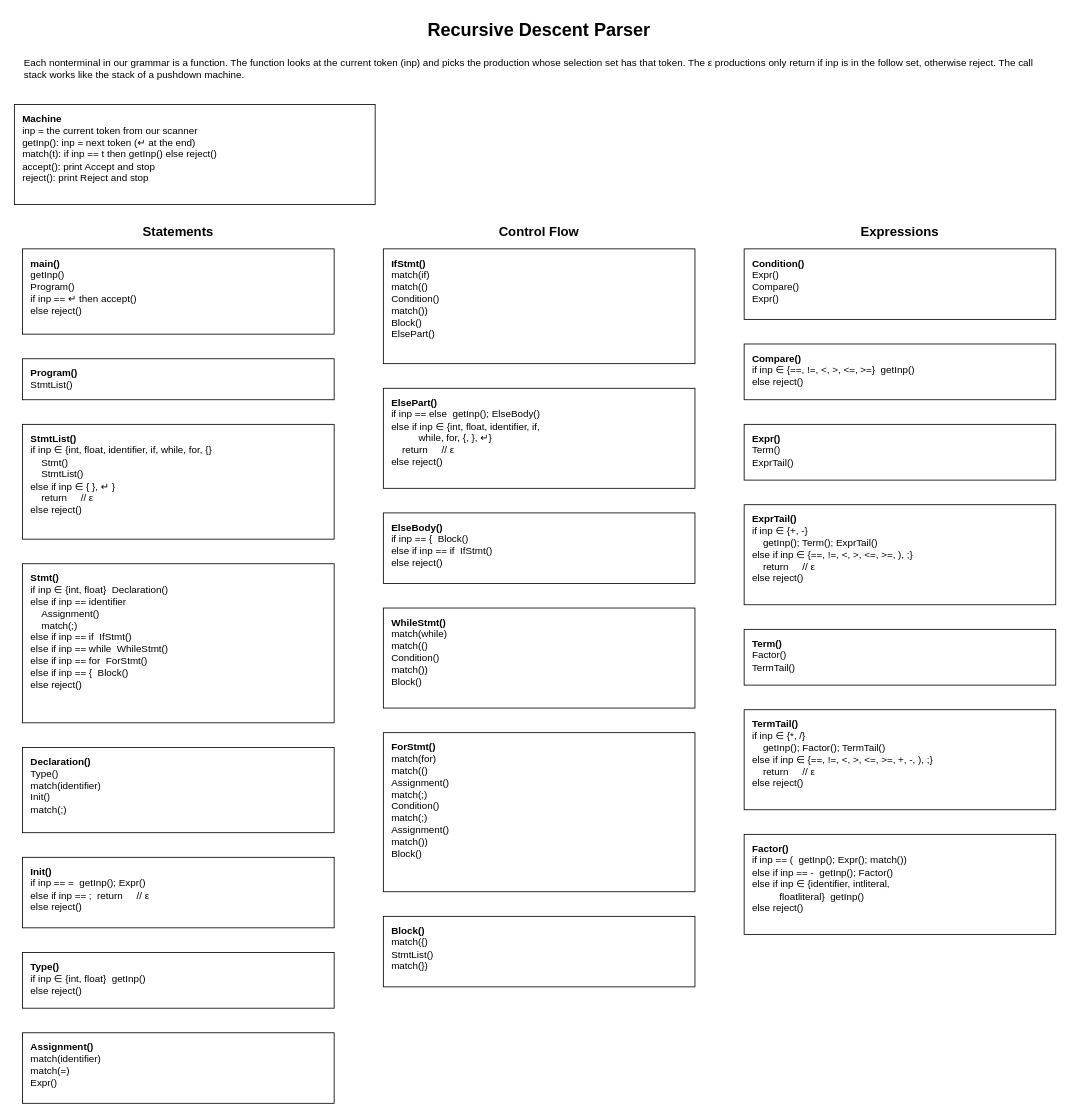
tjg00022/CS410 keeps this draw.io diagram as Parser Phase 2.drawio. Above is the earlier version. Source tidied: cells renumbered, new cells numbered last; positions are measured from the earlier drawing's top-left corner, leaving out a move shared by most shapes. Both pictures are drawn from the tidied source at 82%, with x=0, y=0 at pixel (14, 14).
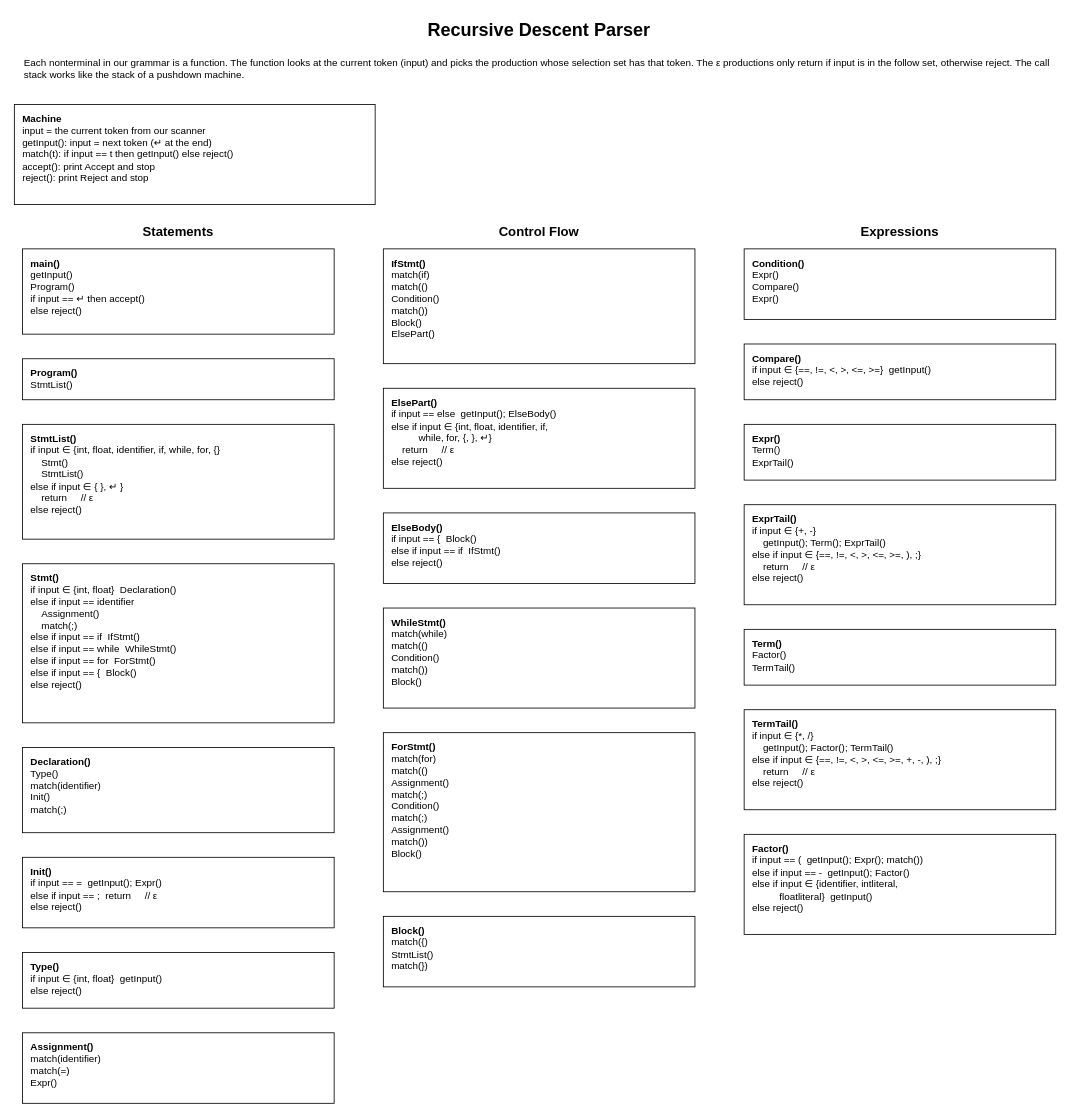
Above is the later version.

Change to the diagram source:
```diff
@@
-    <mxCell id="3" value="Each nonterminal in our grammar is a function. The function looks at the current token (inp) and picks the production whose selection set has that token. The ε productions only return if inp is in the follow set, otherwise reject. The call stack works like the stack of a pushdown machine." style="text;html=1;whiteSpace=wrap;strokeColor=none;fillColor=none;align=left;verticalAlign=middle;rounded=0;" parent="1" vertex="1">
+    <mxCell id="3" value="Each nonterminal in our grammar is a function. The function looks at the current token (input) and picks the production whose selection set has that token. The ε productions only return if input is in the follow set, otherwise reject. The call stack works like the stack of a pushdown machine." style="text;html=1;whiteSpace=wrap;strokeColor=none;fillColor=none;align=left;verticalAlign=middle;rounded=0;" parent="1" vertex="1">
       <mxGeometry x="10" y="44" width="1260" height="44" as="geometry" />
     </mxCell>
-    <mxCell id="4" value="&lt;div&gt;&lt;b&gt;Machine&lt;/b&gt;&lt;/div&gt;&lt;div&gt;inp = the current token from our scanner&lt;/div&gt;&lt;div&gt;getInp(): inp = next token (↵ at the end)&lt;/div&gt;&lt;div&gt;match(t): if inp == t then getInp() else reject()&lt;/div&gt;&lt;div&gt;accept(): print Accept and stop&lt;/div&gt;&lt;div&gt;reject(): print Reject and stop&lt;/div&gt;" style="rounded=0;whiteSpace=wrap;html=1;align=left;verticalAlign=top;spacingLeft=8;spacingTop=4;" parent="1" vertex="1">
+    <mxCell id="4" value="&lt;div&gt;&lt;b&gt;Machine&lt;/b&gt;&lt;/div&gt;&lt;div&gt;input = the current token from our scanner&lt;/div&gt;&lt;div&gt;getInput(): input = next token (↵ at the end)&lt;/div&gt;&lt;div&gt;match(t): if input == t then getInput() else reject()&lt;/div&gt;&lt;div&gt;accept(): print Accept and stop&lt;/div&gt;&lt;div&gt;reject(): print Reject and stop&lt;/div&gt;" style="rounded=0;whiteSpace=wrap;html=1;align=left;verticalAlign=top;spacingLeft=8;spacingTop=4;" parent="1" vertex="1">
       <mxGeometry y="110" width="440" height="122" as="geometry" />
     </mxCell>
@@
-    <mxCell id="6" value="&lt;div&gt;&lt;b&gt;main()&lt;/b&gt;&lt;/div&gt;&lt;div&gt;getInp()&lt;/div&gt;&lt;div&gt;Program()&lt;/div&gt;&lt;div&gt;if inp == ↵ then accept()&lt;/div&gt;&lt;div&gt;else reject()&lt;/div&gt;" style="rounded=0;whiteSpace=wrap;html=1;align=left;verticalAlign=top;spacingLeft=8;spacingTop=4;" parent="1" vertex="1">
+    <mxCell id="6" value="&lt;div&gt;&lt;b&gt;main()&lt;/b&gt;&lt;/div&gt;&lt;div&gt;getInput()&lt;/div&gt;&lt;div&gt;Program()&lt;/div&gt;&lt;div&gt;if input == ↵ then accept()&lt;/div&gt;&lt;div&gt;else reject()&lt;/div&gt;" style="rounded=0;whiteSpace=wrap;html=1;align=left;verticalAlign=top;spacingLeft=8;spacingTop=4;" parent="1" vertex="1">
       <mxGeometry x="10" y="286" width="380" height="104" as="geometry" />
     </mxCell>
@@
-    <mxCell id="8" value="&lt;div&gt;&lt;b&gt;StmtList()&lt;/b&gt;&lt;/div&gt;&lt;div&gt;if inp ∈ {int, float, identifier, if, while, for, {}&lt;/div&gt;&lt;div&gt;&amp;nbsp;&amp;nbsp;&amp;nbsp;&amp;nbsp;Stmt()&lt;/div&gt;&lt;div&gt;&amp;nbsp;&amp;nbsp;&amp;nbsp;&amp;nbsp;StmtList()&lt;/div&gt;&lt;div&gt;else if inp ∈ { }, ↵ }&lt;/div&gt;&lt;div&gt;&amp;nbsp;&amp;nbsp;&amp;nbsp;&amp;nbsp;return&amp;nbsp;&amp;nbsp;&amp;nbsp;&amp;nbsp; // ε&lt;/div&gt;&lt;div&gt;else reject()&lt;/div&gt;" style="rounded=0;whiteSpace=wrap;html=1;align=left;verticalAlign=top;spacingLeft=8;spacingTop=4;" parent="1" vertex="1">
+    <mxCell id="8" value="&lt;div&gt;&lt;b&gt;StmtList()&lt;/b&gt;&lt;/div&gt;&lt;div&gt;if input ∈ {int, float, identifier, if, while, for, {}&lt;/div&gt;&lt;div&gt;&amp;nbsp;&amp;nbsp;&amp;nbsp;&amp;nbsp;Stmt()&lt;/div&gt;&lt;div&gt;&amp;nbsp;&amp;nbsp;&amp;nbsp;&amp;nbsp;StmtList()&lt;/div&gt;&lt;div&gt;else if input ∈ { }, ↵ }&lt;/div&gt;&lt;div&gt;&amp;nbsp;&amp;nbsp;&amp;nbsp;&amp;nbsp;return&amp;nbsp;&amp;nbsp;&amp;nbsp;&amp;nbsp; // ε&lt;/div&gt;&lt;div&gt;else reject()&lt;/div&gt;" style="rounded=0;whiteSpace=wrap;html=1;align=left;verticalAlign=top;spacingLeft=8;spacingTop=4;" parent="1" vertex="1">
       <mxGeometry x="10" y="500" width="380" height="140" as="geometry" />
     </mxCell>
-    <mxCell id="9" value="&lt;div&gt;&lt;b&gt;Stmt()&lt;/b&gt;&lt;/div&gt;&lt;div&gt;if inp ∈ {int, float}&amp;nbsp;&amp;nbsp;Declaration()&lt;/div&gt;&lt;div&gt;else if inp == identifier&lt;/div&gt;&lt;div&gt;&amp;nbsp;&amp;nbsp;&amp;nbsp;&amp;nbsp;Assignment()&lt;/div&gt;&lt;div&gt;&amp;nbsp;&amp;nbsp;&amp;nbsp;&amp;nbsp;match(;)&lt;/div&gt;&lt;div&gt;else if inp == if&amp;nbsp;&amp;nbsp;IfStmt()&lt;/div&gt;&lt;div&gt;else if inp == while&amp;nbsp;&amp;nbsp;WhileStmt()&lt;/div&gt;&lt;div&gt;else if inp == for&amp;nbsp;&amp;nbsp;ForStmt()&lt;/div&gt;&lt;div&gt;else if inp == {&amp;nbsp;&amp;nbsp;Block()&lt;/div&gt;&lt;div&gt;else reject()&lt;/div&gt;" style="rounded=0;whiteSpace=wrap;html=1;align=left;verticalAlign=top;spacingLeft=8;spacingTop=4;" parent="1" vertex="1">
+    <mxCell id="9" value="&lt;div&gt;&lt;b&gt;Stmt()&lt;/b&gt;&lt;/div&gt;&lt;div&gt;if input ∈ {int, float}&amp;nbsp;&amp;nbsp;Declaration()&lt;/div&gt;&lt;div&gt;else if input == identifier&lt;/div&gt;&lt;div&gt;&amp;nbsp;&amp;nbsp;&amp;nbsp;&amp;nbsp;Assignment()&lt;/div&gt;&lt;div&gt;&amp;nbsp;&amp;nbsp;&amp;nbsp;&amp;nbsp;match(;)&lt;/div&gt;&lt;div&gt;else if input == if&amp;nbsp;&amp;nbsp;IfStmt()&lt;/div&gt;&lt;div&gt;else if input == while&amp;nbsp;&amp;nbsp;WhileStmt()&lt;/div&gt;&lt;div&gt;else if input == for&amp;nbsp;&amp;nbsp;ForStmt()&lt;/div&gt;&lt;div&gt;else if input == {&amp;nbsp;&amp;nbsp;Block()&lt;/div&gt;&lt;div&gt;else reject()&lt;/div&gt;" style="rounded=0;whiteSpace=wrap;html=1;align=left;verticalAlign=top;spacingLeft=8;spacingTop=4;" parent="1" vertex="1">
       <mxGeometry x="10" y="670" width="380" height="194" as="geometry" />
     </mxCell>
@@
-    <mxCell id="11" value="&lt;div&gt;&lt;b&gt;Init()&lt;/b&gt;&lt;/div&gt;&lt;div&gt;if inp == =&amp;nbsp;&amp;nbsp;getInp(); Expr()&lt;/div&gt;&lt;div&gt;else if inp == ;&amp;nbsp;&amp;nbsp;return&amp;nbsp;&amp;nbsp;&amp;nbsp;&amp;nbsp; // ε&lt;/div&gt;&lt;div&gt;else reject()&lt;/div&gt;" style="rounded=0;whiteSpace=wrap;html=1;align=left;verticalAlign=top;spacingLeft=8;spacingTop=4;" parent="1" vertex="1">
+    <mxCell id="11" value="&lt;div&gt;&lt;b&gt;Init()&lt;/b&gt;&lt;/div&gt;&lt;div&gt;if input == =&amp;nbsp;&amp;nbsp;getInput(); Expr()&lt;/div&gt;&lt;div&gt;else if input == ;&amp;nbsp;&amp;nbsp;return&amp;nbsp;&amp;nbsp;&amp;nbsp;&amp;nbsp; // ε&lt;/div&gt;&lt;div&gt;else reject()&lt;/div&gt;" style="rounded=0;whiteSpace=wrap;html=1;align=left;verticalAlign=top;spacingLeft=8;spacingTop=4;" parent="1" vertex="1">
       <mxGeometry x="10" y="1028" width="380" height="86" as="geometry" />
     </mxCell>
-    <mxCell id="12" value="&lt;div&gt;&lt;b&gt;Type()&lt;/b&gt;&lt;/div&gt;&lt;div&gt;if inp ∈ {int, float}&amp;nbsp;&amp;nbsp;getInp()&lt;/div&gt;&lt;div&gt;else reject()&lt;/div&gt;" style="rounded=0;whiteSpace=wrap;html=1;align=left;verticalAlign=top;spacingLeft=8;spacingTop=4;" parent="1" vertex="1">
+    <mxCell id="12" value="&lt;div&gt;&lt;b&gt;Type()&lt;/b&gt;&lt;/div&gt;&lt;div&gt;if input ∈ {int, float}&amp;nbsp;&amp;nbsp;getInput()&lt;/div&gt;&lt;div&gt;else reject()&lt;/div&gt;" style="rounded=0;whiteSpace=wrap;html=1;align=left;verticalAlign=top;spacingLeft=8;spacingTop=4;" parent="1" vertex="1">
       <mxGeometry x="10" y="1144" width="380" height="68" as="geometry" />
     </mxCell>
@@
-    <mxCell id="16" value="&lt;div&gt;&lt;b&gt;ElsePart()&lt;/b&gt;&lt;/div&gt;&lt;div&gt;if inp == else&amp;nbsp;&amp;nbsp;getInp(); ElseBody()&lt;/div&gt;&lt;div&gt;else if inp ∈ {int, float, identifier, if,&lt;/div&gt;&lt;div&gt;&amp;nbsp;&amp;nbsp;&amp;nbsp;&amp;nbsp;&amp;nbsp;&amp;nbsp;&amp;nbsp;&amp;nbsp;&amp;nbsp;&amp;nbsp;while, for, {, }, ↵}&lt;/div&gt;&lt;div&gt;&amp;nbsp;&amp;nbsp;&amp;nbsp;&amp;nbsp;return&amp;nbsp;&amp;nbsp;&amp;nbsp;&amp;nbsp; // ε&lt;/div&gt;&lt;div&gt;else reject()&lt;/div&gt;" style="rounded=0;whiteSpace=wrap;html=1;align=left;verticalAlign=top;spacingLeft=8;spacingTop=4;" parent="1" vertex="1">
+    <mxCell id="16" value="&lt;div&gt;&lt;b&gt;ElsePart()&lt;/b&gt;&lt;/div&gt;&lt;div&gt;if input == else&amp;nbsp;&amp;nbsp;getInput(); ElseBody()&lt;/div&gt;&lt;div&gt;else if input ∈ {int, float, identifier, if,&lt;/div&gt;&lt;div&gt;&amp;nbsp;&amp;nbsp;&amp;nbsp;&amp;nbsp;&amp;nbsp;&amp;nbsp;&amp;nbsp;&amp;nbsp;&amp;nbsp;&amp;nbsp;while, for, {, }, ↵}&lt;/div&gt;&lt;div&gt;&amp;nbsp;&amp;nbsp;&amp;nbsp;&amp;nbsp;return&amp;nbsp;&amp;nbsp;&amp;nbsp;&amp;nbsp; // ε&lt;/div&gt;&lt;div&gt;else reject()&lt;/div&gt;" style="rounded=0;whiteSpace=wrap;html=1;align=left;verticalAlign=top;spacingLeft=8;spacingTop=4;" parent="1" vertex="1">
       <mxGeometry x="450" y="456" width="380" height="122" as="geometry" />
     </mxCell>
-    <mxCell id="17" value="&lt;div&gt;&lt;b&gt;ElseBody()&lt;/b&gt;&lt;/div&gt;&lt;div&gt;if inp == {&amp;nbsp;&amp;nbsp;Block()&lt;/div&gt;&lt;div&gt;else if inp == if&amp;nbsp;&amp;nbsp;IfStmt()&lt;/div&gt;&lt;div&gt;else reject()&lt;/div&gt;" style="rounded=0;whiteSpace=wrap;html=1;align=left;verticalAlign=top;spacingLeft=8;spacingTop=4;" parent="1" vertex="1">
+    <mxCell id="17" value="&lt;div&gt;&lt;b&gt;ElseBody()&lt;/b&gt;&lt;/div&gt;&lt;div&gt;if input == {&amp;nbsp;&amp;nbsp;Block()&lt;/div&gt;&lt;div&gt;else if input == if&amp;nbsp;&amp;nbsp;IfStmt()&lt;/div&gt;&lt;div&gt;else reject()&lt;/div&gt;" style="rounded=0;whiteSpace=wrap;html=1;align=left;verticalAlign=top;spacingLeft=8;spacingTop=4;" parent="1" vertex="1">
       <mxGeometry x="450" y="608" width="380" height="86" as="geometry" />
     </mxCell>
@@
-    <mxCell id="23" value="&lt;div&gt;&lt;b&gt;Compare()&lt;/b&gt;&lt;/div&gt;&lt;div&gt;if inp ∈ {==, !=, &amp;lt;, &amp;gt;, &amp;lt;=, &amp;gt;=}&amp;nbsp;&amp;nbsp;getInp()&lt;/div&gt;&lt;div&gt;else reject()&lt;/div&gt;" style="rounded=0;whiteSpace=wrap;html=1;align=left;verticalAlign=top;spacingLeft=8;spacingTop=4;" parent="1" vertex="1">
+    <mxCell id="23" value="&lt;div&gt;&lt;b&gt;Compare()&lt;/b&gt;&lt;/div&gt;&lt;div&gt;if input ∈ {==, !=, &amp;lt;, &amp;gt;, &amp;lt;=, &amp;gt;=}&amp;nbsp;&amp;nbsp;getInput()&lt;/div&gt;&lt;div&gt;else reject()&lt;/div&gt;" style="rounded=0;whiteSpace=wrap;html=1;align=left;verticalAlign=top;spacingLeft=8;spacingTop=4;" parent="1" vertex="1">
       <mxGeometry x="890" y="402" width="380" height="68" as="geometry" />
     </mxCell>
@@
-    <mxCell id="25" value="&lt;div&gt;&lt;b&gt;ExprTail()&lt;/b&gt;&lt;/div&gt;&lt;div&gt;if inp ∈ {+, -}&lt;/div&gt;&lt;div&gt;&amp;nbsp;&amp;nbsp;&amp;nbsp;&amp;nbsp;getInp(); Term(); ExprTail()&lt;/div&gt;&lt;div&gt;else if inp ∈ {==, !=, &amp;lt;, &amp;gt;, &amp;lt;=, &amp;gt;=, ), ;}&lt;/div&gt;&lt;div&gt;&amp;nbsp;&amp;nbsp;&amp;nbsp;&amp;nbsp;return&amp;nbsp;&amp;nbsp;&amp;nbsp;&amp;nbsp; // ε&lt;/div&gt;&lt;div&gt;else reject()&lt;/div&gt;" style="rounded=0;whiteSpace=wrap;html=1;align=left;verticalAlign=top;spacingLeft=8;spacingTop=4;" parent="1" vertex="1">
+    <mxCell id="25" value="&lt;div&gt;&lt;b&gt;ExprTail()&lt;/b&gt;&lt;/div&gt;&lt;div&gt;if input ∈ {+, -}&lt;/div&gt;&lt;div&gt;&amp;nbsp;&amp;nbsp;&amp;nbsp;&amp;nbsp;getInput(); Term(); ExprTail()&lt;/div&gt;&lt;div&gt;else if input ∈ {==, !=, &amp;lt;, &amp;gt;, &amp;lt;=, &amp;gt;=, ), ;}&lt;/div&gt;&lt;div&gt;&amp;nbsp;&amp;nbsp;&amp;nbsp;&amp;nbsp;return&amp;nbsp;&amp;nbsp;&amp;nbsp;&amp;nbsp; // ε&lt;/div&gt;&lt;div&gt;else reject()&lt;/div&gt;" style="rounded=0;whiteSpace=wrap;html=1;align=left;verticalAlign=top;spacingLeft=8;spacingTop=4;" parent="1" vertex="1">
       <mxGeometry x="890" y="598" width="380" height="122" as="geometry" />
     </mxCell>
@@
-    <mxCell id="27" value="&lt;div&gt;&lt;b&gt;TermTail()&lt;/b&gt;&lt;/div&gt;&lt;div&gt;if inp ∈ {*, /}&lt;/div&gt;&lt;div&gt;&amp;nbsp;&amp;nbsp;&amp;nbsp;&amp;nbsp;getInp(); Factor(); TermTail()&lt;/div&gt;&lt;div&gt;else if inp ∈ {==, !=, &amp;lt;, &amp;gt;, &amp;lt;=, &amp;gt;=, +, -, ), ;}&lt;/div&gt;&lt;div&gt;&amp;nbsp;&amp;nbsp;&amp;nbsp;&amp;nbsp;return&amp;nbsp;&amp;nbsp;&amp;nbsp;&amp;nbsp; // ε&lt;/div&gt;&lt;div&gt;else reject()&lt;/div&gt;" style="rounded=0;whiteSpace=wrap;html=1;align=left;verticalAlign=top;spacingLeft=8;spacingTop=4;" parent="1" vertex="1">
+    <mxCell id="27" value="&lt;div&gt;&lt;b&gt;TermTail()&lt;/b&gt;&lt;/div&gt;&lt;div&gt;if input ∈ {*, /}&lt;/div&gt;&lt;div&gt;&amp;nbsp;&amp;nbsp;&amp;nbsp;&amp;nbsp;getInput(); Factor(); TermTail()&lt;/div&gt;&lt;div&gt;else if input ∈ {==, !=, &amp;lt;, &amp;gt;, &amp;lt;=, &amp;gt;=, +, -, ), ;}&lt;/div&gt;&lt;div&gt;&amp;nbsp;&amp;nbsp;&amp;nbsp;&amp;nbsp;return&amp;nbsp;&amp;nbsp;&amp;nbsp;&amp;nbsp; // ε&lt;/div&gt;&lt;div&gt;else reject()&lt;/div&gt;" style="rounded=0;whiteSpace=wrap;html=1;align=left;verticalAlign=top;spacingLeft=8;spacingTop=4;" parent="1" vertex="1">
       <mxGeometry x="890" y="848" width="380" height="122" as="geometry" />
     </mxCell>
-    <mxCell id="28" value="&lt;div&gt;&lt;b&gt;Factor()&lt;/b&gt;&lt;/div&gt;&lt;div&gt;if inp == (&amp;nbsp;&amp;nbsp;getInp(); Expr(); match())&lt;/div&gt;&lt;div&gt;else if inp == -&amp;nbsp;&amp;nbsp;getInp(); Factor()&lt;/div&gt;&lt;div&gt;else if inp ∈ {identifier, intliteral,&lt;/div&gt;&lt;div&gt;&amp;nbsp;&amp;nbsp;&amp;nbsp;&amp;nbsp;&amp;nbsp;&amp;nbsp;&amp;nbsp;&amp;nbsp;&amp;nbsp;&amp;nbsp;floatliteral}&amp;nbsp;&amp;nbsp;getInp()&lt;/div&gt;&lt;div&gt;else reject()&lt;/div&gt;" style="rounded=0;whiteSpace=wrap;html=1;align=left;verticalAlign=top;spacingLeft=8;spacingTop=4;" parent="1" vertex="1">
+    <mxCell id="28" value="&lt;div&gt;&lt;b&gt;Factor()&lt;/b&gt;&lt;/div&gt;&lt;div&gt;if input == (&amp;nbsp;&amp;nbsp;getInput(); Expr(); match())&lt;/div&gt;&lt;div&gt;else if input == -&amp;nbsp;&amp;nbsp;getInput(); Factor()&lt;/div&gt;&lt;div&gt;else if input ∈ {identifier, intliteral,&lt;/div&gt;&lt;div&gt;&amp;nbsp;&amp;nbsp;&amp;nbsp;&amp;nbsp;&amp;nbsp;&amp;nbsp;&amp;nbsp;&amp;nbsp;&amp;nbsp;&amp;nbsp;floatliteral}&amp;nbsp;&amp;nbsp;getInput()&lt;/div&gt;&lt;div&gt;else reject()&lt;/div&gt;" style="rounded=0;whiteSpace=wrap;html=1;align=left;verticalAlign=top;spacingLeft=8;spacingTop=4;" parent="1" vertex="1">
       <mxGeometry x="890" y="1000" width="380" height="122" as="geometry" />
     </mxCell>
```
